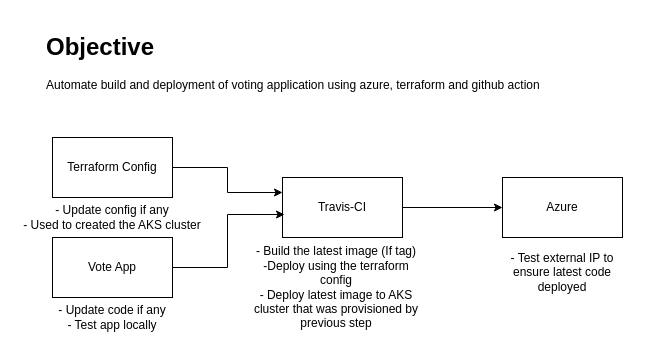
Earlier version of the draw.io diagram terraform-azure.drawio (lelemilee/azure-voting-app-redis). Source tidied: cells renumbered, new cells numbered last; positions are measured from the earlier drawing's top-left corner, leaving out a move shared by most shapes. Both pictures are drawn from the tidied source at 100%, with x=0, y=0 at pixel (17, 27).
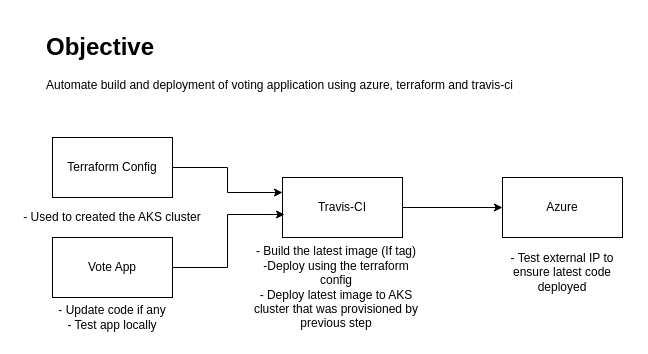
The same page after the edit.

The edit, as a diff of the source:
```diff
@@
 <mxGraphModel>
   <root>
     <mxCell id="0" />
     <mxCell id="1" parent="0" />
-    <mxCell id="2" value="&lt;h1&gt;Objective&lt;/h1&gt;&lt;p&gt;Automate build and deployment of voting application using azure, terraform and github action&lt;/p&gt;" style="text;html=1;strokeColor=none;fillColor=none;spacing=5;spacingTop=-20;whiteSpace=wrap;overflow=hidden;rounded=0;" parent="1" vertex="1">
+    <mxCell id="2" value="&lt;h1&gt;Objective&lt;/h1&gt;&lt;p&gt;Automate build and deployment of voting application using azure, terraform and travis-ci&lt;/p&gt;" style="text;html=1;strokeColor=none;fillColor=none;spacing=5;spacingTop=-20;whiteSpace=wrap;overflow=hidden;rounded=0;" parent="1" vertex="1">
       <mxGeometry x="24" width="590" height="80" as="geometry" />
     </mxCell>
     <mxCell id="3" style="edgeStyle=orthogonalEdgeStyle;rounded=0;jettySize=auto;html=1;" parent="1" edge="1" source="4" target="5">
       <mxGeometry relative="1" as="geometry" />
     </mxCell>
     <mxCell id="4" value="Travis-CI" style="rounded=0;whiteSpace=wrap;html=1;" parent="1" vertex="1">
       <mxGeometry x="265" y="150" width="120" height="60" as="geometry" />
     </mxCell>
     <mxCell id="5" value="Azure" style="rounded=0;whiteSpace=wrap;html=1;" parent="1" vertex="1">
       <mxGeometry x="485" y="150" width="120" height="60" as="geometry" />
     </mxCell>
     <mxCell id="6" value="- Build the latest image (If tag)&lt;br&gt;-Deploy using the terraform config&lt;br&gt;- Deploy latest image to AKS cluster that was provisioned by previous step" style="text;html=1;strokeColor=none;fillColor=none;align=center;verticalAlign=middle;whiteSpace=wrap;rounded=0;" parent="1" vertex="1">
       <mxGeometry x="234" y="210" width="170" height="100" as="geometry" />
     </mxCell>
     <mxCell id="7" value="- Test external IP to ensure latest code deployed" style="text;html=1;strokeColor=none;fillColor=none;align=center;verticalAlign=middle;whiteSpace=wrap;rounded=0;" parent="1" vertex="1">
       <mxGeometry x="485" y="210" width="120" height="70" as="geometry" />
     </mxCell>
     <mxCell id="8" style="edgeStyle=orthogonalEdgeStyle;rounded=0;jettySize=auto;html=1;entryX=0;entryY=0.25;entryDx=0;entryDy=0;" parent="1" edge="1" source="9" target="4">
       <mxGeometry relative="1" as="geometry" />
     </mxCell>
     <mxCell id="9" value="Terraform Config" style="rounded=0;whiteSpace=wrap;html=1;" parent="1" vertex="1">
       <mxGeometry x="35" y="110" width="120" height="60" as="geometry" />
     </mxCell>
     <mxCell id="10" style="edgeStyle=orthogonalEdgeStyle;rounded=0;jettySize=auto;html=1;entryX=0.017;entryY=0.617;entryDx=0;entryDy=0;entryPerimeter=0;" parent="1" edge="1" source="11" target="4">
       <mxGeometry relative="1" as="geometry" />
     </mxCell>
     <mxCell id="11" value="Vote App" style="rounded=0;whiteSpace=wrap;html=1;" parent="1" vertex="1">
       <mxGeometry x="35" y="210" width="120" height="60" as="geometry" />
     </mxCell>
     <mxCell id="12" value="- Update code if any&lt;br&gt;- Test app locally" style="text;html=1;strokeColor=none;fillColor=none;align=center;verticalAlign=middle;whiteSpace=wrap;rounded=0;" parent="1" vertex="1">
       <mxGeometry x="10" y="270" width="170" height="40" as="geometry" />
     </mxCell>
-    <mxCell id="13" value="- Update config if any&lt;br&gt;- Used to created the AKS cluster" style="text;html=1;strokeColor=none;fillColor=none;align=center;verticalAlign=middle;whiteSpace=wrap;rounded=0;" parent="1" vertex="1">
+    <mxCell id="13" value="- Used to created the AKS cluster" style="text;html=1;strokeColor=none;fillColor=none;align=center;verticalAlign=middle;whiteSpace=wrap;rounded=0;" parent="1" vertex="1">
       <mxGeometry y="170" width="190" height="40" as="geometry" />
     </mxCell>
   </root>
 </mxGraphModel>
```
